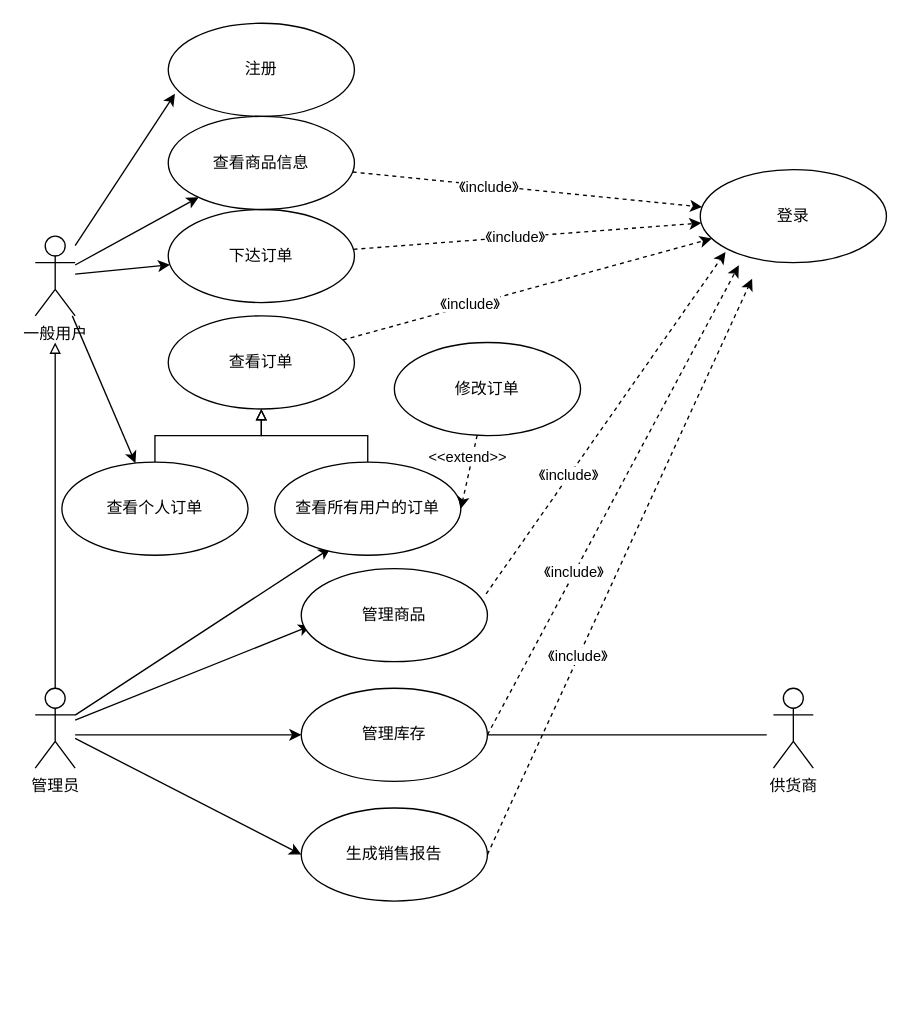
The draw.io diagram 新教超用例图.drawio in slothfulviewer/slothfulviewer, before the edit. Source tidied: cells renumbered, new cells numbered last; positions are measured from the earlier drawing's top-left corner, leaving out a move shared by most shapes. Both pictures are drawn from the tidied source at 133%, with x=0, y=0 at pixel (35, 23).
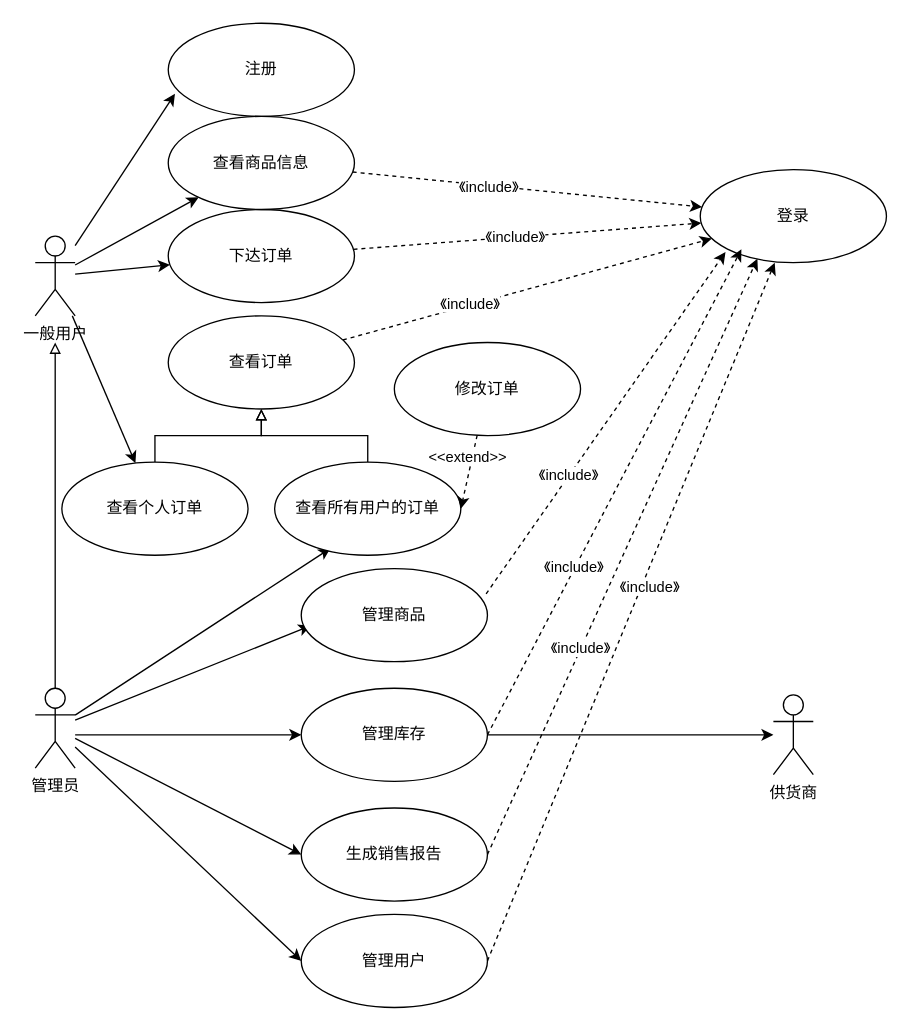
After the change.

Commit message (it also covers changes not shown here):
Update 新教超用例图.drawio

The change refers to these unchanged cells:
```xml
<mxCell id="12" value="管理员" style="shape=umlActor;verticalLabelPosition=bottom;verticalAlign=top;html=1;" parent="1" vertex="1">
  <mxGeometry y="500" width="30" height="60" as="geometry" />
</mxCell>
<mxCell id="21" value="登录" style="ellipse;whiteSpace=wrap;html=1;" parent="1" vertex="1">
  <mxGeometry x="500" y="110" width="140" height="70" as="geometry" />
</mxCell>
<mxCell id="32" value="管理库存" style="ellipse;whiteSpace=wrap;html=1;" parent="1" vertex="1">
  <mxGeometry x="200" y="500" width="140" height="70" as="geometry" />
</mxCell>
<mxCell id="34" value="生成销售报告" style="ellipse;whiteSpace=wrap;html=1;" parent="1" vertex="1">
  <mxGeometry x="200" y="590" width="140" height="70" as="geometry" />
</mxCell>
```

What changed in the source:
```diff
@@
+    <mxCell id="42" style="rounded=0;jettySize=auto;html=1;entryX=0;entryY=0.5;entryDx=0;entryDy=0;" parent="1" edge="1" source="12" target="43">
+      <mxGeometry relative="1" as="geometry" />
+    </mxCell>
@@
-    <mxCell id="31" style="edgeStyle=orthogonalEdgeStyle;rounded=0;jettySize=auto;html=1;endArrow=none;endFill=0;" parent="1" edge="1" source="32">
-      <mxGeometry relative="1" as="geometry">
-        <mxPoint x="550" y="535" as="targetPoint" />
-      </mxGeometry>
+    <mxCell id="31" style="rounded=0;jettySize=auto;html=1;endArrow=classic;endFill=1;" parent="1" edge="1" source="32" target="33">
+      <mxGeometry relative="1" as="geometry" />
     </mxCell>
@@
     <mxCell id="33" value="供货商" style="shape=umlActor;verticalLabelPosition=bottom;verticalAlign=top;html=1;" parent="1" vertex="1">
-      <mxGeometry x="555" y="500" width="30" height="60" as="geometry" />
+      <mxGeometry x="555" y="505" width="30" height="60" as="geometry" />
     </mxCell>
@@
-    <mxCell id="37" style="rounded=0;jettySize=auto;html=1;dashed=1;exitX=1;exitY=0.5;exitDx=0;exitDy=0;" parent="1" edge="1" source="32">
-      <mxGeometry relative="1" as="geometry">
-        <mxPoint x="529" y="182" as="targetPoint" />
-      </mxGeometry>
+    <mxCell id="37" style="rounded=0;jettySize=auto;html=1;dashed=1;exitX=1;exitY=0.5;exitDx=0;exitDy=0;entryX=0.221;entryY=0.857;entryDx=0;entryDy=0;entryPerimeter=0;" parent="1" edge="1" source="32" target="21">
+      <mxGeometry relative="1" as="geometry" />
     </mxCell>
@@
-    <mxCell id="39" style="rounded=0;jettySize=auto;html=1;dashed=1;exitX=1;exitY=0.5;exitDx=0;exitDy=0;" parent="1" edge="1" source="34">
-      <mxGeometry relative="1" as="geometry">
-        <mxPoint x="539" y="192" as="targetPoint" />
-      </mxGeometry>
+    <mxCell id="39" style="rounded=0;jettySize=auto;html=1;dashed=1;exitX=1;exitY=0.5;exitDx=0;exitDy=0;entryX=0.307;entryY=0.957;entryDx=0;entryDy=0;entryPerimeter=0;" parent="1" edge="1" source="34" target="21">
+      <mxGeometry relative="1" as="geometry" />
     </mxCell>
@@
+    <mxCell id="43" value="管理用户" style="ellipse;whiteSpace=wrap;html=1;" parent="1" vertex="1">
+      <mxGeometry x="200" y="670" width="140" height="70" as="geometry" />
+    </mxCell>
+    <mxCell id="44" style="rounded=0;jettySize=auto;html=1;dashed=1;exitX=1;exitY=0.5;exitDx=0;exitDy=0;entryX=0.4;entryY=1;entryDx=0;entryDy=0;entryPerimeter=0;" parent="1" edge="1" source="43" target="21">
+      <mxGeometry relative="1" as="geometry" />
+    </mxCell>
+    <mxCell id="45" value="《include》" style="edgeLabel;html=1;align=center;verticalAlign=middle;" parent="44" vertex="1">
+      <mxGeometry x="-0.31" y="1" relative="1" as="geometry">
+        <mxPoint x="48" y="-100" as="offset" />
+      </mxGeometry>
+    </mxCell>
```
